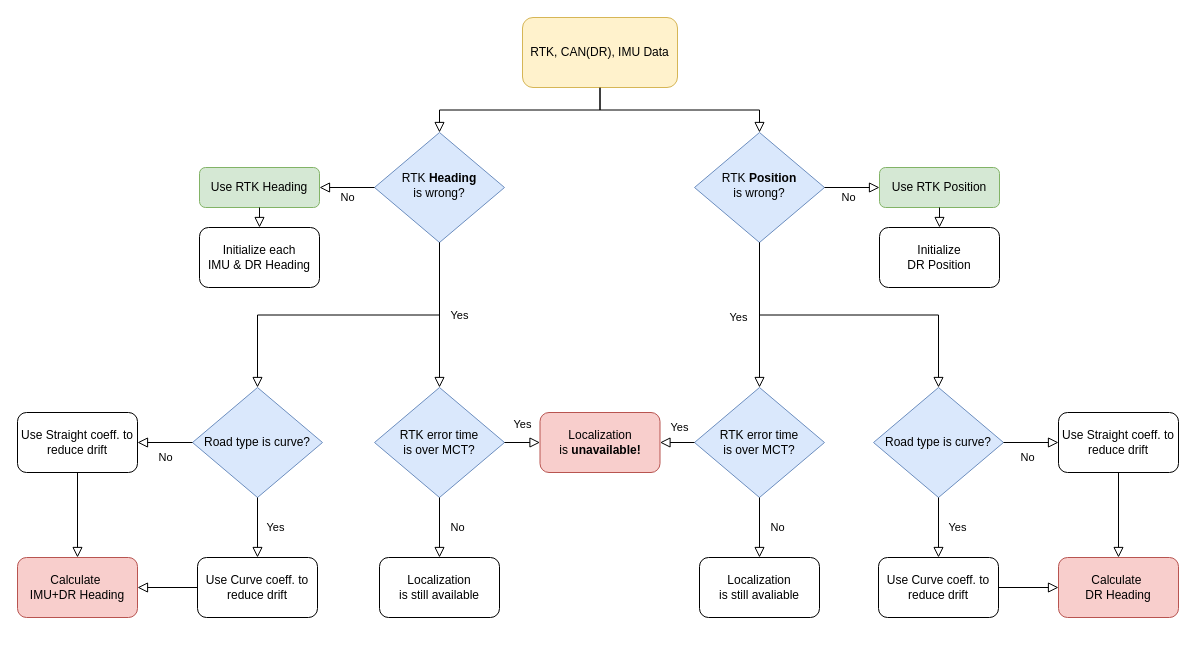
inha-cvl/mobinha-racing keeps this draw.io diagram as document/Localization_integration.drawio. Above is the earlier version. Source tidied: cells renumbered, new cells numbered last; positions are measured from the earlier drawing's top-left corner, leaving out a move shared by most shapes. Both pictures are drawn from the tidied source at 100%, with x=0, y=0 at pixel (17, 17).
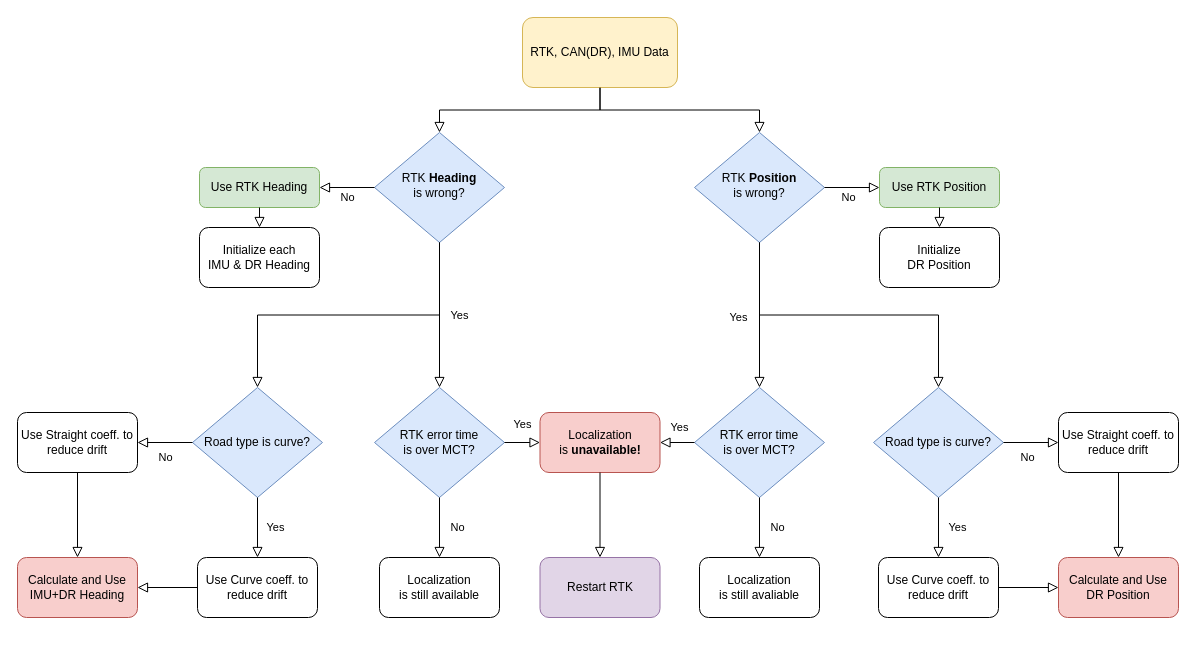
After the change.

Unchanged cells that the change refers to:
```xml
<mxCell id="37" value="Localization&lt;div&gt;is &lt;b&gt;unavailable!&lt;/b&gt;&lt;/div&gt;" style="rounded=1;whiteSpace=wrap;html=1;fillColor=#f8cecc;strokeColor=#b85450;" parent="1" vertex="1">
  <mxGeometry x="522.5" y="395" width="120" height="60" as="geometry" />
</mxCell>
```

Change to the diagram source:
```diff
@@
-    <mxCell id="11" value="&lt;div&gt;Calculate&amp;nbsp;&lt;/div&gt;&lt;div&gt;IMU+DR Heading&lt;/div&gt;" style="rounded=1;whiteSpace=wrap;html=1;fillColor=#f8cecc;strokeColor=#b85450;" parent="1" vertex="1">
+    <mxCell id="11" value="&lt;div&gt;Calculate and Use&lt;/div&gt;&lt;div&gt;&lt;span style=&quot;background-color: initial;&quot;&gt;IMU+DR Heading&lt;/span&gt;&lt;/div&gt;" style="rounded=1;whiteSpace=wrap;html=1;fillColor=#f8cecc;strokeColor=#b85450;" parent="1" vertex="1">
       <mxGeometry y="540" width="120" height="60" as="geometry" />
     </mxCell>
@@
-    <mxCell id="30" value="&lt;div&gt;Calculate&amp;nbsp;&lt;/div&gt;&lt;div&gt;DR Heading&lt;/div&gt;" style="rounded=1;whiteSpace=wrap;html=1;fillColor=#f8cecc;strokeColor=#b85450;" parent="1" vertex="1">
+    <mxCell id="30" value="&lt;div&gt;Calculate and Use&lt;/div&gt;&lt;div&gt;DR Position&lt;/div&gt;" style="rounded=1;whiteSpace=wrap;html=1;fillColor=#f8cecc;strokeColor=#b85450;" parent="1" vertex="1">
       <mxGeometry x="1041" y="540" width="120" height="60" as="geometry" />
     </mxCell>
@@
+    <mxCell id="44" style="rounded=0;html=1;jettySize=auto;fontSize=11;endArrow=block;endFill=0;endSize=8;strokeWidth=1;shadow=0;labelBackgroundColor=none;edgeStyle=orthogonalEdgeStyle;exitX=0.5;exitY=1;exitDx=0;exitDy=0;entryX=0.5;entryY=0;entryDx=0;entryDy=0;" parent="1" edge="1" source="37" target="45">
+      <mxGeometry y="20" relative="1" as="geometry" />
+    </mxCell>
+    <mxCell id="45" value="&lt;div&gt;Restart RTK&lt;/div&gt;" style="rounded=1;whiteSpace=wrap;html=1;fillColor=#e1d5e7;strokeColor=#9673a6;" parent="1" vertex="1">
+      <mxGeometry x="522.5" y="540" width="120" height="60" as="geometry" />
+    </mxCell>
```
